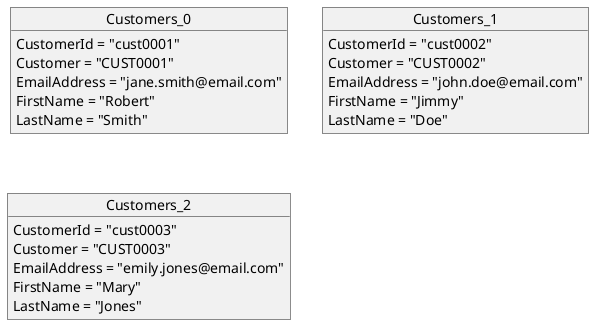
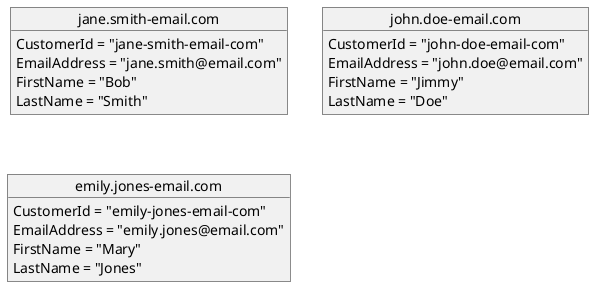
@startuml

- object "Customers_0" as Customers_0 {
-   CustomerId = "cust0001"
-   Customer = "CUST0001"
+ object "jane.smith-email.com" as Customers_0 {
+   CustomerId = "jane-smith-email-com"
  EmailAddress = "jane.smith@email.com"
-   FirstName = "Robert"
+   FirstName = "Bob"
  LastName = "Smith"
}

- object "Customers_1" as Customers_1 {
-   CustomerId = "cust0002"
-   Customer = "CUST0002"
+ object "john.doe-email.com" as Customers_1 {
+   CustomerId = "john-doe-email-com"
  EmailAddress = "john.doe@email.com"
  FirstName = "Jimmy"
  LastName = "Doe"
}

- object "Customers_2" as Customers_2 {
-   CustomerId = "cust0003"
-   Customer = "CUST0003"
+ object "emily.jones-email.com" as Customers_2 {
+   CustomerId = "emily-jones-email-com"
  EmailAddress = "emily.jones@email.com"
  FirstName = "Mary"
  LastName = "Jones"
}

@enduml